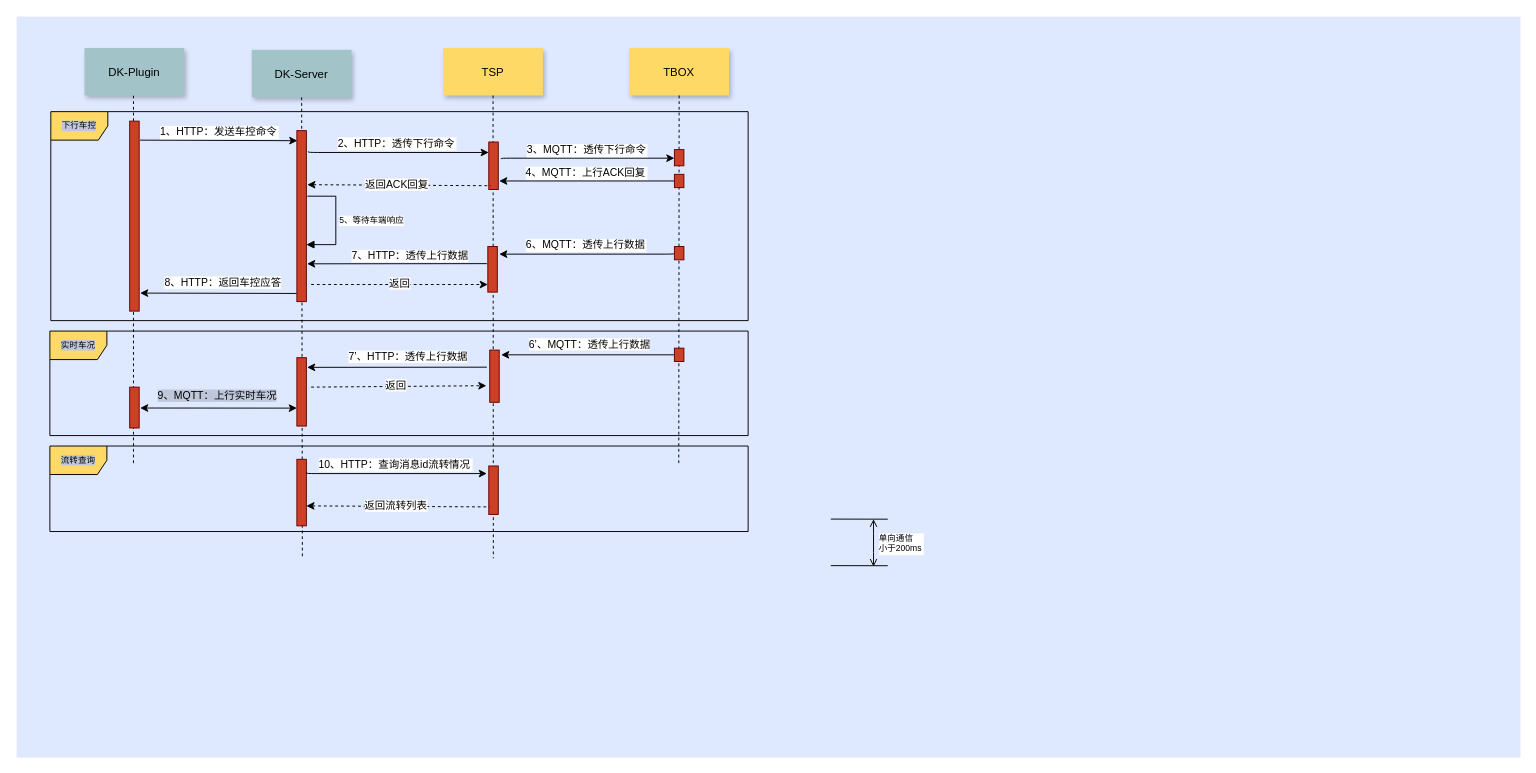
This is A02-Dk-Tsp细化tsp-tbox.drawio from jianguocong/chart, a draw.io file, before an edit. Source tidied: cells renumbered, new cells numbered last; positions are measured from the earlier drawing's top-left corner, leaving out a move shared by most shapes. Both pictures are drawn from the tidied source at 95%, with x=0, y=0 at pixel (16, 16).
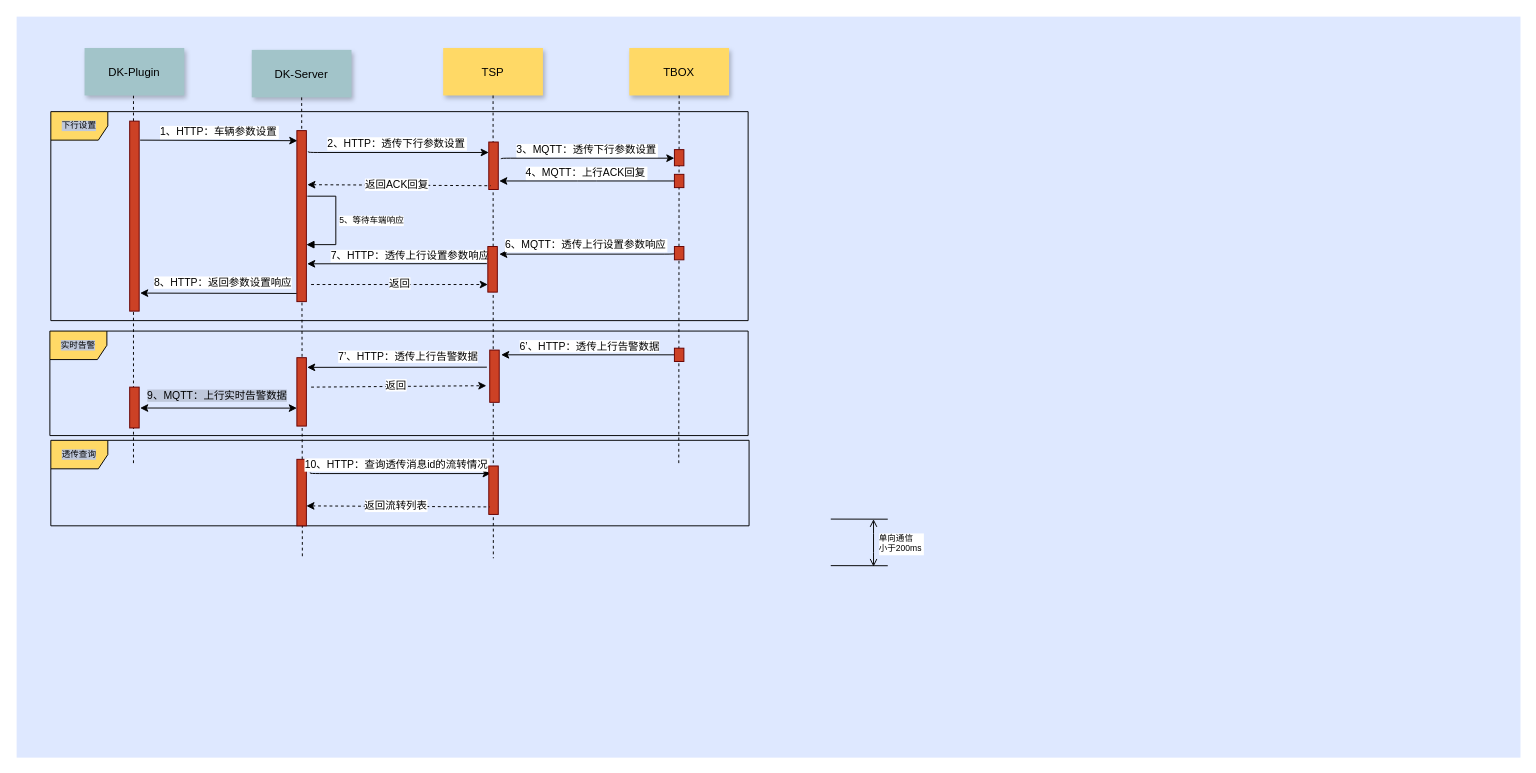
After the change.

The change refers to these unchanged cells:
```xml
<mxCell id="10" style="edgeStyle=none;verticalLabelPosition=top;verticalAlign=bottom;endArrow=classic;startArrow=classic;entryX=0.1;entryY=0.915;entryDx=0;entryDy=0;entryPerimeter=0;endFill=1;" parent="1" edge="1">
  <mxGeometry x="219" y="316.3" as="geometry">
    <mxPoint x="130" y="412" as="sourcePoint" />
    <mxPoint x="295" y="412.1" as="targetPoint" />
  </mxGeometry>
</mxCell>
<mxCell id="18" style="edgeStyle=none;verticalLabelPosition=top;verticalAlign=bottom;endArrow=none;startArrow=classic;entryX=0;entryY=1;entryDx=0;entryDy=0;exitX=0.975;exitY=0.54;exitDx=0;exitDy=0;exitPerimeter=0;" parent="1" edge="1">
  <mxGeometry x="375" y="189.5" as="geometry">
    <mxPoint x="305.8" y="260.2" as="sourcePoint" />
    <mxPoint x="495" y="260" as="targetPoint" />
  </mxGeometry>
</mxCell>
<mxCell id="20" style="edgeStyle=none;verticalLabelPosition=top;verticalAlign=bottom;endArrow=none;startArrow=classic;entryX=-0.033;entryY=0.63;entryDx=0;entryDy=0;entryPerimeter=0;" parent="1" edge="1">
  <mxGeometry x="200.7" y="214.5" as="geometry">
    <mxPoint x="130" y="291" as="sourcePoint" />
    <mxPoint x="294.7" y="291.4" as="targetPoint" />
  </mxGeometry>
</mxCell>
<mxCell id="27" style="edgeStyle=none;verticalLabelPosition=top;verticalAlign=bottom;endArrow=none;startArrow=classic;entryX=0;entryY=1;entryDx=0;entryDy=0;exitX=0.975;exitY=0.54;exitDx=0;exitDy=0;exitPerimeter=0;" parent="1" edge="1">
  <mxGeometry x="375" y="298.5" as="geometry">
    <mxPoint x="305.8" y="369.2" as="sourcePoint" />
    <mxPoint x="495" y="369" as="targetPoint" />
  </mxGeometry>
</mxCell>
<mxCell id="35" style="edgeStyle=none;verticalLabelPosition=top;verticalAlign=bottom;endArrow=none;startArrow=classic;entryX=0;entryY=0.5;entryDx=0;entryDy=0;" parent="1" edge="1" target="47">
  <mxGeometry x="573" y="285.5" as="geometry">
    <mxPoint x="510" y="356" as="sourcePoint" />
  </mxGeometry>
</mxCell>
<mxCell id="41" style="fillColor=#CC4125;strokeColor=#660000;" parent="1" vertex="1">
  <mxGeometry x="692.4" y="140" width="10" height="17" as="geometry" />
</mxCell>
<mxCell id="44" style="fillColor=#CC4125;strokeColor=#660000;" parent="1" vertex="1">
  <mxGeometry x="692.4" y="242" width="10" height="14" as="geometry" />
</mxCell>
```

What changed in the source:
```diff
@@
+    <mxCell id="54" value="透传查询" style="shape=umlFrame;whiteSpace=wrap;html=1;labelBackgroundColor=#BFC8DB;fontSize=9;fillColor=#FFD966;" parent="1" vertex="1">
+      <mxGeometry x="36" y="446" width="735" height="90" as="geometry" />
+    </mxCell>
-    <mxCell id="3" value="实时车况" style="shape=umlFrame;whiteSpace=wrap;html=1;labelBackgroundColor=#BFC8DB;fontSize=9;fillColor=#FFD966;" parent="1" vertex="1">
+    <mxCell id="3" value="实时告警" style="shape=umlFrame;whiteSpace=wrap;html=1;labelBackgroundColor=#BFC8DB;fontSize=9;fillColor=#FFD966;" parent="1" vertex="1">
       <mxGeometry x="35" y="331" width="735" height="110" as="geometry" />
     </mxCell>
-    <mxCell id="4" value="下行车控" style="shape=umlFrame;whiteSpace=wrap;html=1;labelBackgroundColor=#BFC8DB;fontSize=9;fillColor=#FFD966;" parent="1" vertex="1">
+    <mxCell id="4" value="下行设置" style="shape=umlFrame;whiteSpace=wrap;html=1;labelBackgroundColor=#BFC8DB;fontSize=9;fillColor=#FFD966;" parent="1" vertex="1">
       <mxGeometry x="36" y="100" width="734" height="220" as="geometry" />
     </mxCell>
@@
-    <mxCell id="8" value="1、HTTP：发送车控命令" style="edgeStyle=none;verticalLabelPosition=top;verticalAlign=bottom;entryX=0.05;entryY=0.015;entryDx=0;entryDy=0;entryPerimeter=0;" parent="1" edge="1">
+    <mxCell id="8" value="1、HTTP：车辆参数设置" style="edgeStyle=none;verticalLabelPosition=top;verticalAlign=bottom;entryX=0.05;entryY=0.015;entryDx=0;entryDy=0;entryPerimeter=0;" parent="1" edge="1">
       <mxGeometry x="220" y="78" as="geometry">
         <mxPoint x="130" y="130" as="sourcePoint" />
         <mxPoint x="295.5" y="130.6" as="targetPoint" />
       </mxGeometry>
     </mxCell>
@@
-    <mxCell id="11" value="9、MQTT：上行实时车况" style="edgeLabel;html=1;align=center;verticalAlign=middle;labelBackgroundColor=#BFC8DB;" parent="10" vertex="1">
+    <mxCell id="11" value="9、MQTT：上行实时告警数据" style="edgeLabel;html=1;align=center;verticalAlign=middle;labelBackgroundColor=#BFC8DB;" parent="10" vertex="1">
       <mxGeometry relative="1" as="geometry">
         <mxPoint x="-2" y="-14" as="offset" />
       </mxGeometry>
     </mxCell>
@@
-    <mxCell id="17" value="2、HTTP：透传下行命令" style="edgeStyle=elbowEdgeStyle;elbow=vertical;verticalLabelPosition=top;verticalAlign=bottom;entryX=0.3;entryY=0.113;entryDx=0;entryDy=0;entryPerimeter=0;exitX=1.5;exitY=0.091;exitDx=0;exitDy=0;exitPerimeter=0;" parent="1" edge="1">
+    <mxCell id="17" value="2、HTTP：透传下行参数设置" style="edgeStyle=elbowEdgeStyle;elbow=vertical;verticalLabelPosition=top;verticalAlign=bottom;entryX=0.3;entryY=0.113;entryDx=0;entryDy=0;entryPerimeter=0;exitX=1.5;exitY=0.091;exitDx=0;exitDy=0;exitPerimeter=0;" parent="1" edge="1">
       <mxGeometry as="geometry">
         <mxPoint x="307" y="142" as="sourcePoint" />
         <mxPoint x="497" y="143" as="targetPoint" />
         <mxPoint x="-2" as="offset" />
       </mxGeometry>
     </mxCell>
@@
-    <mxCell id="19" value="7、HTTP：透传上行数据" style="edgeLabel;html=1;align=center;verticalAlign=middle;" parent="18" vertex="1">
+    <mxCell id="19" value="7、HTTP：透传上行设置参数响应" style="edgeLabel;html=1;align=center;verticalAlign=middle;" parent="18" vertex="1">
       <mxGeometry relative="1" as="geometry">
         <mxPoint x="13" y="-9" as="offset" />
       </mxGeometry>
     </mxCell>
@@
-    <mxCell id="21" value="8、HTTP：返回车控应答" style="edgeLabel;html=1;align=center;verticalAlign=middle;" parent="20" vertex="1">
+    <mxCell id="21" value="8、HTTP：返回参数设置响应" style="edgeLabel;html=1;align=center;verticalAlign=middle;" parent="20" vertex="1">
       <mxGeometry relative="1" as="geometry">
         <mxPoint x="5" y="-12" as="offset" />
       </mxGeometry>
     </mxCell>
@@
-    <mxCell id="28" value="7’、HTTP：透传上行数据" style="edgeLabel;html=1;align=center;verticalAlign=middle;" parent="27" vertex="1">
+    <mxCell id="28" value="7’、HTTP：透传上行告警数据" style="edgeLabel;html=1;align=center;verticalAlign=middle;" parent="27" vertex="1">
       <mxGeometry relative="1" as="geometry">
         <mxPoint x="11" y="-12" as="offset" />
       </mxGeometry>
     </mxCell>
@@
-    <mxCell id="36" value="6’、MQTT：透传上行数据" style="edgeLabel;html=1;align=center;verticalAlign=middle;" parent="35" vertex="1">
-      <mxGeometry relative="1" as="geometry">
-        <mxPoint x="1" y="-12" as="offset" />
-      </mxGeometry>
-    </mxCell>
+    <mxCell id="55" value="6’、HTTP：透传上行告警数据" style="edgeLabel;html=1;align=center;verticalAlign=middle;fontSize=11;" parent="35" vertex="1">
+      <mxGeometry relative="1" as="geometry">
+        <mxPoint x="1" y="-10" as="offset" />
+      </mxGeometry>
+    </mxCell>
-    <mxCell id="37" value="3、MQTT：透传下行命令" style="edgeStyle=elbowEdgeStyle;elbow=vertical;verticalLabelPosition=top;verticalAlign=bottom;entryX=0;entryY=0.5;entryDx=0;entryDy=0;" parent="1" edge="1" target="41">
+    <mxCell id="37" value="3、MQTT：透传下行参数设置" style="edgeStyle=elbowEdgeStyle;elbow=vertical;verticalLabelPosition=top;verticalAlign=bottom;entryX=0;entryY=0.5;entryDx=0;entryDy=0;" parent="1" edge="1" target="41">
       <mxGeometry y="-11" as="geometry">
         <mxPoint x="510" y="150" as="sourcePoint" />
         <mxPoint x="-1" as="offset" />
       </mxGeometry>
     </mxCell>
@@
-    <mxCell id="43" value="6、MQTT：透传上行数据" style="edgeStyle=elbowEdgeStyle;elbow=vertical;verticalLabelPosition=top;verticalAlign=bottom;entryX=0;entryY=0.5;entryDx=0;entryDy=0;startArrow=classic;startFill=1;endArrow=none;endFill=0;" parent="1" edge="1" target="44">
+    <mxCell id="43" value="6、MQTT：透传上行设置参数响应" style="edgeStyle=elbowEdgeStyle;elbow=vertical;verticalLabelPosition=top;verticalAlign=bottom;entryX=0;entryY=0.5;entryDx=0;entryDy=0;startArrow=classic;startFill=1;endArrow=none;endFill=0;" parent="1" edge="1" target="44">
       <mxGeometry x="-2" y="68" as="geometry">
         <mxPoint x="508" y="250" as="sourcePoint" />
         <Array as="points">
           <mxPoint x="670" y="250" />
         </Array>
         <mxPoint x="-1" as="offset" />
       </mxGeometry>
     </mxCell>
@@
-    <mxCell id="50" value="10、HTTP：查询消息id流转情况" style="edgeStyle=elbowEdgeStyle;elbow=vertical;verticalLabelPosition=top;verticalAlign=bottom;entryX=0.3;entryY=0.113;entryDx=0;entryDy=0;entryPerimeter=0;exitX=1.5;exitY=0.091;exitDx=0;exitDy=0;exitPerimeter=0;" parent="1" edge="1">
-      <mxGeometry x="-2" y="338" as="geometry">
-        <mxPoint x="305" y="480" as="sourcePoint" />
-        <mxPoint x="495" y="481" as="targetPoint" />
-        <mxPoint x="-2" as="offset" />
+    <mxCell id="50" value="10、HTTP：查询透传消息id的流转情况" style="edgeStyle=elbowEdgeStyle;elbow=vertical;verticalLabelPosition=top;verticalAlign=bottom;entryX=0.3;entryY=0.113;entryDx=0;entryDy=0;entryPerimeter=0;exitX=1.5;exitY=0.091;exitDx=0;exitDy=0;exitPerimeter=0;" parent="1" edge="1">
+      <mxGeometry as="geometry">
+        <mxPoint x="309" y="480" as="sourcePoint" />
+        <mxPoint x="499" y="481" as="targetPoint" />
+        <mxPoint x="-4" as="offset" />
       </mxGeometry>
     </mxCell>
@@
-    <mxCell id="54" value="流转查询" style="shape=umlFrame;whiteSpace=wrap;html=1;labelBackgroundColor=#BFC8DB;fontSize=9;fillColor=#FFD966;" parent="1" vertex="1">
-      <mxGeometry x="35" y="452" width="735" height="90" as="geometry" />
-    </mxCell>
```
